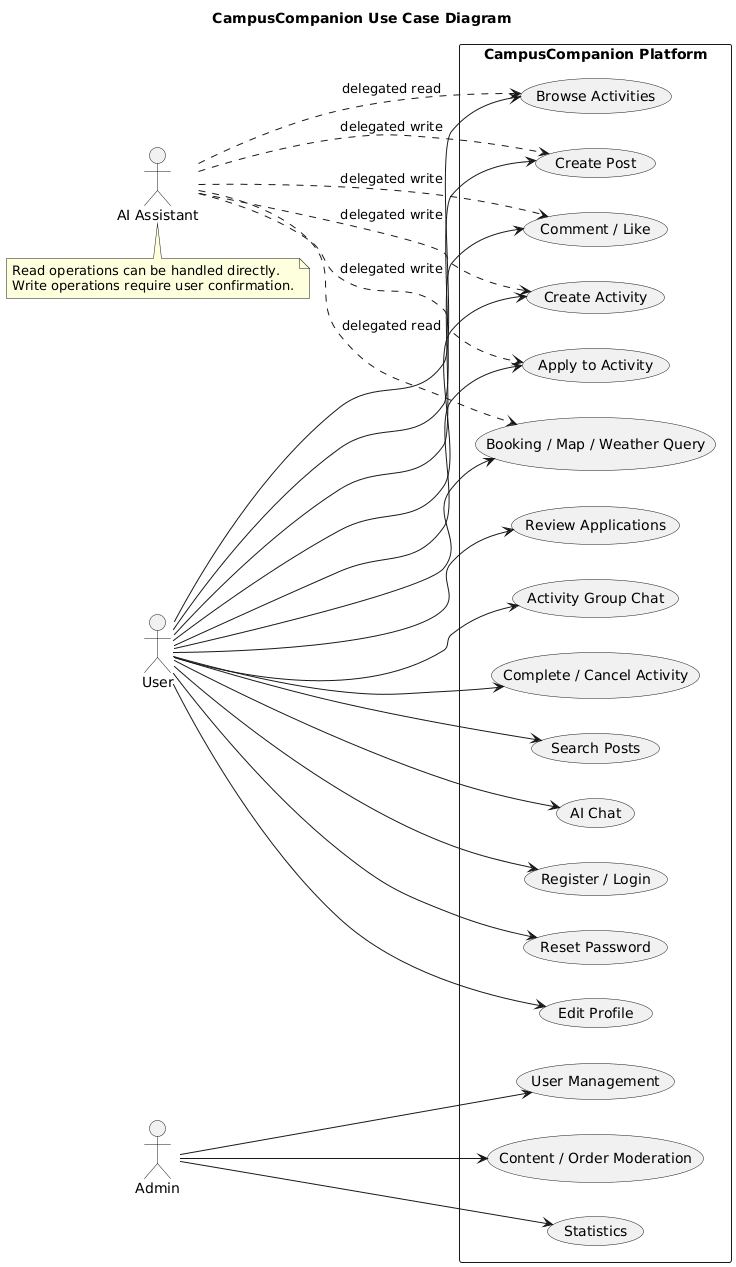
Earlier version of the PlantUML export docs/SystemAnalysis/UML示例图(.uml生成的.png格式)/use-case-diagram.png (GYC-123456789/CampusActivity). Source of this version:
```plantuml
@startuml
title CampusCompanion Use Case Diagram
left to right direction
skinparam shadowing false

actor User
actor Admin
actor "AI Assistant" as AI

rectangle "CampusCompanion Platform" {
  usecase "Register / Login" as UC1
  usecase "Reset Password" as UC2
  usecase "Edit Profile" as UC3

  usecase "Create Activity" as UC4
  usecase "Browse Activities" as UC5
  usecase "Apply to Activity" as UC6
  usecase "Review Applications" as UC7
  usecase "Activity Group Chat" as UC8
  usecase "Complete / Cancel Activity" as UC9

  usecase "Create Post" as UC10
  usecase "Comment / Like" as UC11
  usecase "Search Posts" as UC12

  usecase "AI Chat" as UC13
  usecase "Booking / Map / Weather Query" as UC14

  usecase "User Management" as UC15
  usecase "Content / Order Moderation" as UC16
  usecase "Statistics" as UC17
}

User --> UC1
User --> UC2
User --> UC3
User --> UC4
User --> UC5
User --> UC6
User --> UC7
User --> UC8
User --> UC9
User --> UC10
User --> UC11
User --> UC12
User --> UC13
User --> UC14

Admin --> UC15
Admin --> UC16
Admin --> UC17

AI ..> UC4 : delegated write
AI ..> UC5 : delegated read
AI ..> UC6 : delegated write
AI ..> UC10 : delegated write
AI ..> UC11 : delegated write
AI ..> UC14 : delegated read

note bottom of AI
  Read operations can be handled directly.
  Write operations require user confirmation.
end note

@enduml
```
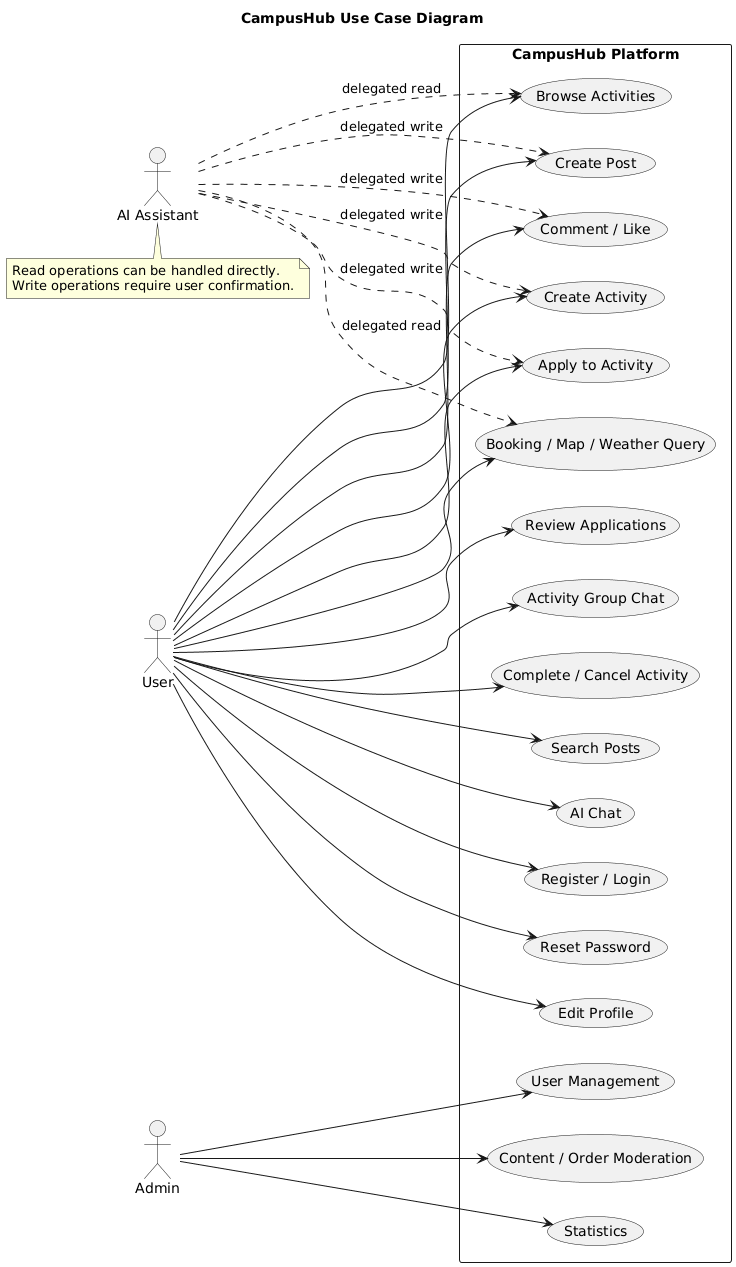
After the commit.

Diff of the diagram source:
```diff
@@ -1,5 +1,5 @@
 @startuml
-title CampusCompanion Use Case Diagram
+title CampusHub Use Case Diagram
 left to right direction
 skinparam shadowing false
 
@@ -7,7 +7,7 @@
 actor Admin
 actor "AI Assistant" as AI
 
-rectangle "CampusCompanion Platform" {
+rectangle "CampusHub Platform" {
   usecase "Register / Login" as UC1
   usecase "Reset Password" as UC2
   usecase "Edit Profile" as UC3
```
